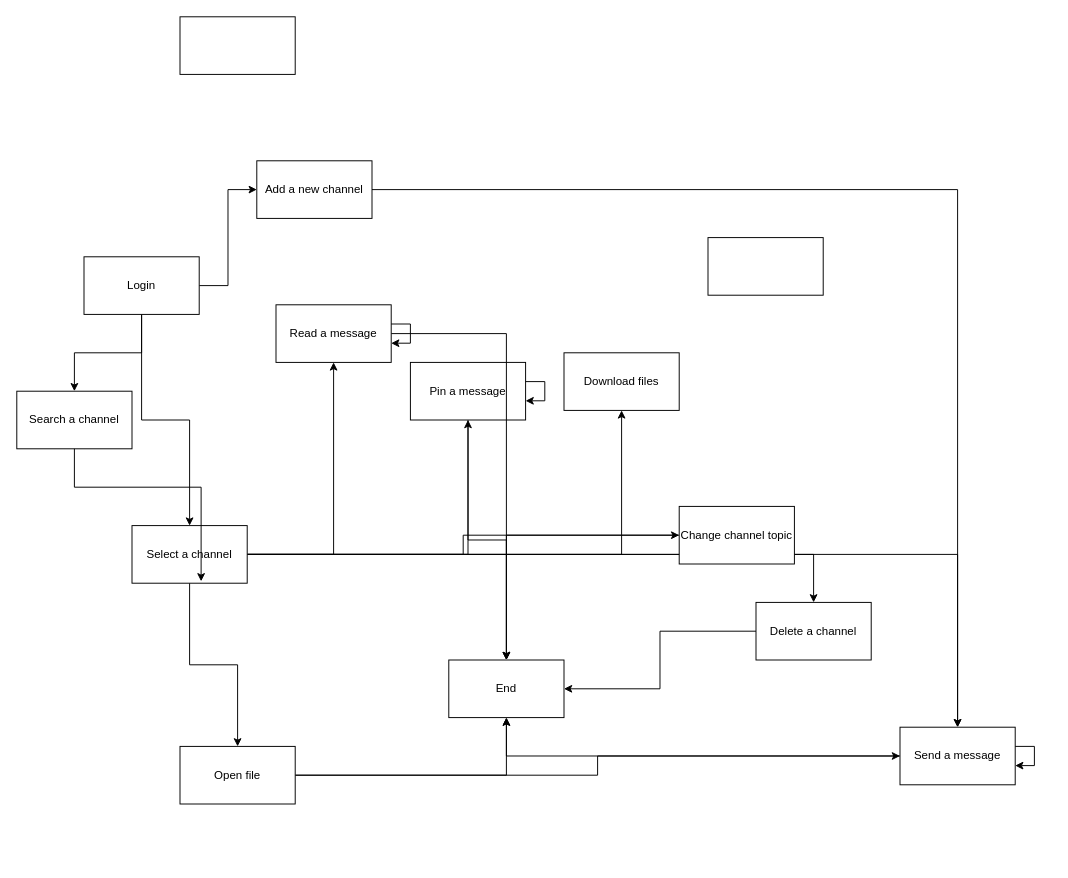
Above: BTLONTest.drawio in frozenproof/dactaphanmem (draw.io), before the change. Source tidied: cells renumbered, new cells numbered last; positions are measured from the earlier drawing's top-left corner, leaving out a move shared by most shapes. Both pictures are drawn from the tidied source at 96%, with x=0, y=0 at pixel (16, 16).
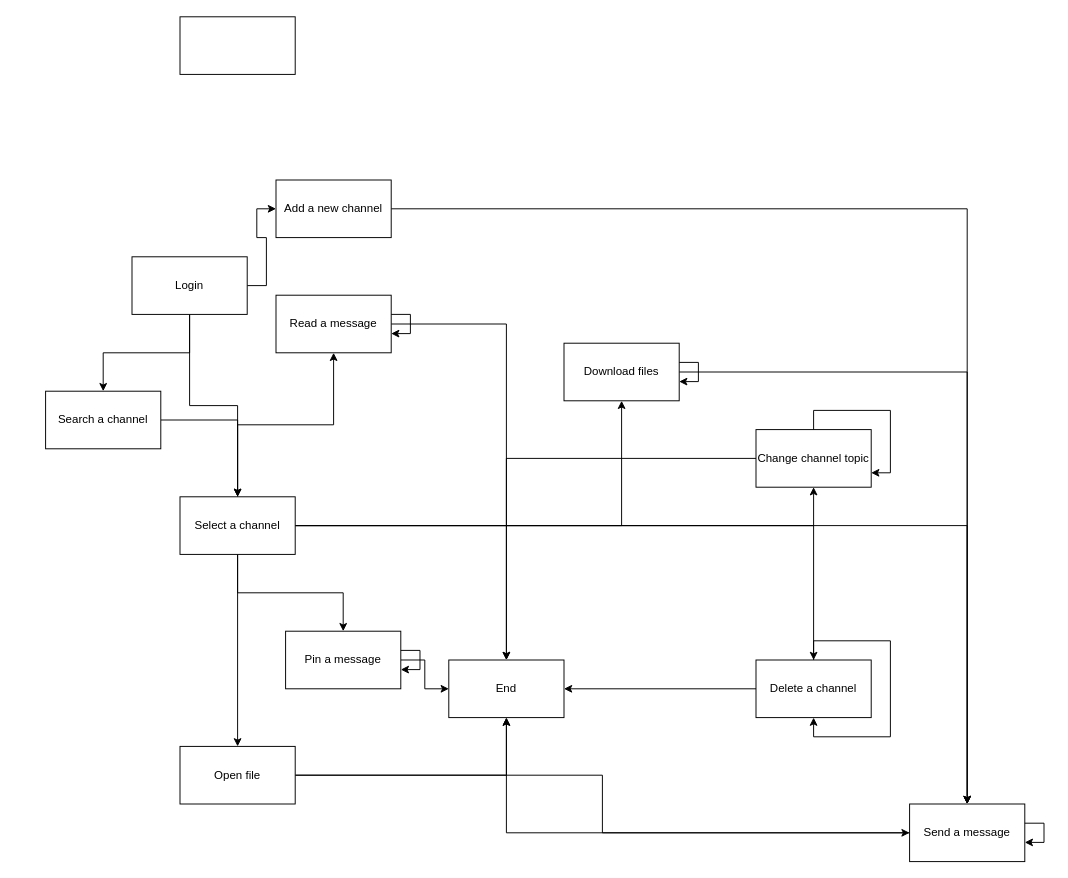
After the change.

Diff of the diagram source:
```diff
@@
     <mxCell id="5" value="Login" style="rounded=0;whiteSpace=wrap;html=1;" parent="1" vertex="1">
-      <mxGeometry x="70" y="250" width="120" height="60" as="geometry" />
+      <mxGeometry x="120" y="250" width="120" height="60" as="geometry" />
     </mxCell>
@@
     <mxCell id="7" value="Add a new channel" style="rounded=0;whiteSpace=wrap;html=1;" parent="1" vertex="1">
-      <mxGeometry x="250" y="150" width="120" height="60" as="geometry" />
+      <mxGeometry x="270" y="170" width="120" height="60" as="geometry" />
     </mxCell>
@@
     <mxCell id="9" value="Send a message" style="rounded=0;whiteSpace=wrap;html=1;" parent="1" vertex="1">
-      <mxGeometry x="920" y="740" width="120" height="60" as="geometry" />
+      <mxGeometry x="930" y="820" width="120" height="60" as="geometry" />
     </mxCell>
+    <mxCell id="21" style="edgeStyle=orthogonalEdgeStyle;rounded=0;jettySize=auto;html=1;" parent="1" edge="1" source="10" target="20">
+      <mxGeometry relative="1" as="geometry" />
+    </mxCell>
     <mxCell id="10" value="Search a channel" style="rounded=0;whiteSpace=wrap;html=1;" parent="1" vertex="1">
-      <mxGeometry y="390" width="120" height="60" as="geometry" />
+      <mxGeometry x="30" y="390" width="120" height="60" as="geometry" />
     </mxCell>
@@
     <mxCell id="12" value="Delete a channel" style="rounded=0;whiteSpace=wrap;html=1;" parent="1" vertex="1">
-      <mxGeometry x="770" y="610" width="120" height="60" as="geometry" />
+      <mxGeometry x="770" y="670" width="120" height="60" as="geometry" />
     </mxCell>
@@
     <mxCell id="20" value="Select a channel" style="rounded=0;whiteSpace=wrap;html=1;" parent="1" vertex="1">
-      <mxGeometry x="120" y="530" width="120" height="60" as="geometry" />
+      <mxGeometry x="170" y="500" width="120" height="60" as="geometry" />
     </mxCell>
-    <mxCell id="21" style="edgeStyle=orthogonalEdgeStyle;rounded=0;jettySize=auto;html=1;entryX=0.6;entryY=0.967;entryDx=0;entryDy=0;entryPerimeter=0;" parent="1" edge="1" source="10" target="20">
-      <mxGeometry relative="1" as="geometry" />
-    </mxCell>
@@
     <mxCell id="23" value="Change channel topic" style="rounded=0;whiteSpace=wrap;html=1;" parent="1" vertex="1">
-      <mxGeometry x="690" y="510" width="120" height="60" as="geometry" />
+      <mxGeometry x="770" y="430" width="120" height="60" as="geometry" />
     </mxCell>
+    <mxCell id="38" style="edgeStyle=orthogonalEdgeStyle;rounded=0;jettySize=auto;html=1;" parent="1" edge="1" source="24" target="9">
+      <mxGeometry relative="1" as="geometry" />
+    </mxCell>
     <mxCell id="24" value="Download files" style="rounded=0;whiteSpace=wrap;html=1;" parent="1" vertex="1">
-      <mxGeometry x="570" y="350" width="120" height="60" as="geometry" />
+      <mxGeometry x="570" y="340" width="120" height="60" as="geometry" />
     </mxCell>
@@
     <mxCell id="26" value="Pin a message" style="rounded=0;whiteSpace=wrap;html=1;" parent="1" vertex="1">
-      <mxGeometry x="410" y="360" width="120" height="60" as="geometry" />
+      <mxGeometry x="280" y="640" width="120" height="60" as="geometry" />
     </mxCell>
@@
     <mxCell id="34" value="Read a message" style="rounded=0;whiteSpace=wrap;html=1;" parent="1" vertex="1">
-      <mxGeometry x="270" y="300" width="120" height="60" as="geometry" />
+      <mxGeometry x="270" y="290" width="120" height="60" as="geometry" />
     </mxCell>
@@
-    <mxCell id="37" style="rounded=0;whiteSpace=wrap;html=1;" parent="1" vertex="1">
-      <mxGeometry x="720" y="230" width="120" height="60" as="geometry" />
-    </mxCell>
+    <mxCell id="39" style="edgeStyle=orthogonalEdgeStyle;rounded=0;orthogonalLoop=1;jettySize=auto;html=1;" parent="1" edge="1" source="24" target="24">
+      <mxGeometry relative="1" as="geometry" />
+    </mxCell>
+    <mxCell id="40" style="edgeStyle=orthogonalEdgeStyle;rounded=0;orthogonalLoop=1;jettySize=auto;html=1;entryX=1;entryY=0.75;entryDx=0;entryDy=0;" parent="1" edge="1" source="23" target="23">
+      <mxGeometry relative="1" as="geometry" />
+    </mxCell>
+    <mxCell id="41" style="edgeStyle=orthogonalEdgeStyle;rounded=0;orthogonalLoop=1;jettySize=auto;html=1;entryX=0.5;entryY=1;entryDx=0;entryDy=0;" parent="1" edge="1" source="12" target="12">
+      <mxGeometry relative="1" as="geometry" />
+    </mxCell>
```
